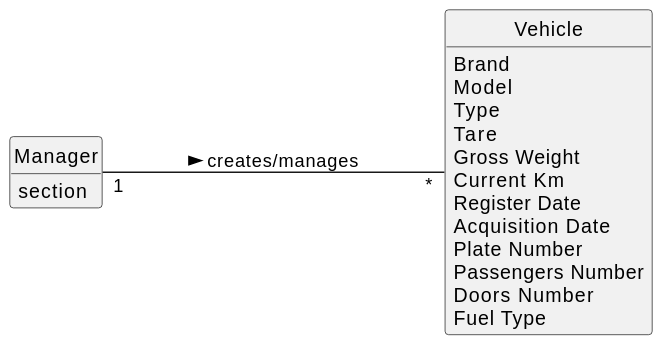
Earlier version of the PlantUML export docs/sprintA/us06/02.analysis/svg/us06-domain-model.svg (Paulo-Pereira-at-ISEP/lei-24-s2-1nanb-g321).
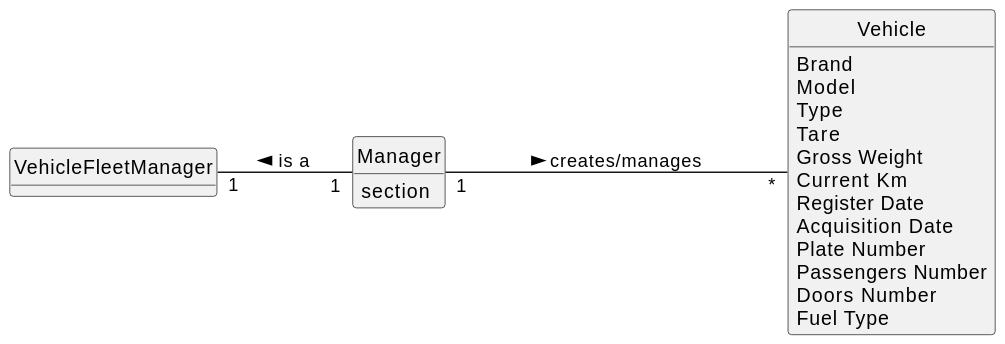
The same file after the commit.

Commit message:
LGGPM-41 - US06 update Domain Model

Diff of the diagram source:
```diff
@@ -12,6 +12,10 @@
 
 class Manager {
     section
+}
+
+class VehicleFleetManager {
+
 }
 
 class Vehicle {
@@ -34,4 +38,5 @@
 }
 
 Manager "1" --- "*" Vehicle: creates/manages >
+Manager "1" --up "1" VehicleFleetManager: is a >
 @enduml
```
